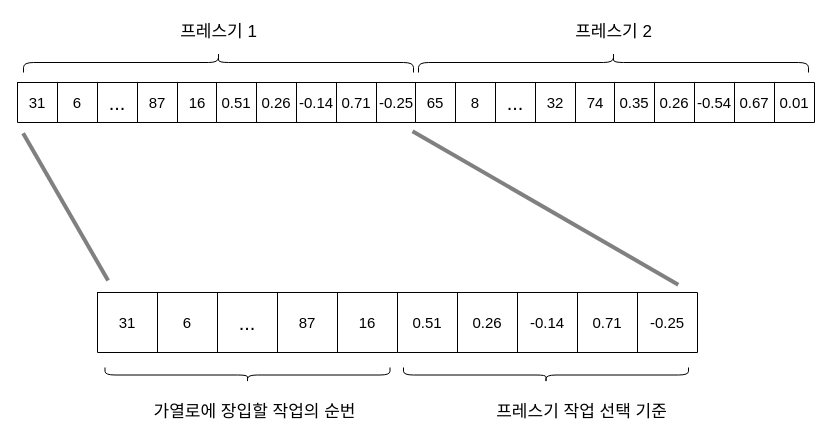
seheeP/statistic keeps this draw.io diagram as 새로운 해 표현.drawio. Above is the earlier version. Source tidied: cells renumbered, new cells numbered last; positions are measured from the earlier drawing's top-left corner, leaving out a move shared by most shapes. Both pictures are drawn from the tidied source at 100%, with x=0, y=0 at pixel (17, -133).
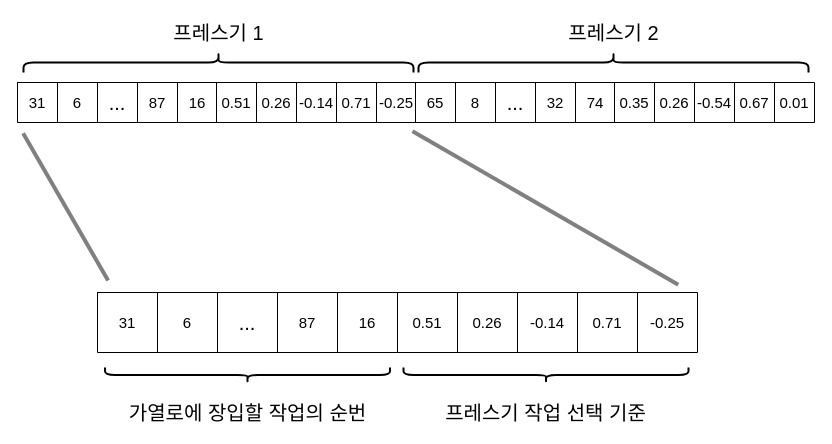
The same page after the edit.

Commit message:
Update 새로운 해 표현.drawio

Diff of the diagram source:
```diff
@@
-    <mxCell id="30" style="shape=curlyBracket;whiteSpace=wrap;html=1;rounded=1;flipH=1;fontSize=15;rotation=-90;" parent="1" vertex="1">
+    <mxCell id="30" style="shape=curlyBracket;whiteSpace=wrap;html=1;rounded=1;flipH=1;fontSize=15;rotation=-90;strokeWidth=2;" parent="1" vertex="1">
       <mxGeometry x="191" width="20" height="390" as="geometry" />
     </mxCell>
-    <mxCell id="31" style="shape=curlyBracket;whiteSpace=wrap;html=1;rounded=1;flipH=1;fontSize=15;rotation=-90;" parent="1" vertex="1">
+    <mxCell id="31" style="shape=curlyBracket;whiteSpace=wrap;html=1;rounded=1;flipH=1;fontSize=15;rotation=-90;strokeWidth=2;" parent="1" vertex="1">
       <mxGeometry x="586" width="20" height="390" as="geometry" />
     </mxCell>
-    <mxCell id="32" value="&lt;font style=&quot;font-size: 17px&quot;&gt;프레스기 1&lt;/font&gt;" style="text;html=1;align=center;verticalAlign=middle;strokeColor=none;fillColor=none;fontSize=15;" parent="1" vertex="1">
-      <mxGeometry x="151" y="155" width="100" height="20" as="geometry" />
+    <mxCell id="32" value="&lt;font style=&quot;background-color: rgb(255 , 255 , 255) ; font-size: 20px&quot;&gt;프레스기 1&lt;/font&gt;" style="text;html=1;align=center;verticalAlign=middle;strokeColor=none;fillColor=none;fontSize=15;" parent="1" vertex="1">
+      <mxGeometry x="146" y="150" width="110" height="30" as="geometry" />
     </mxCell>
-    <mxCell id="33" value="&lt;font style=&quot;font-size: 17px&quot;&gt;프레스기 2&lt;/font&gt;" style="text;html=1;align=center;verticalAlign=middle;strokeColor=none;fillColor=none;fontSize=15;" parent="1" vertex="1">
-      <mxGeometry x="546" y="155" width="100" height="20" as="geometry" />
+    <mxCell id="33" value="&lt;font style=&quot;background-color: rgb(255 , 255 , 255) ; font-size: 20px&quot;&gt;프레스기 2&lt;/font&gt;" style="text;html=1;align=center;verticalAlign=middle;strokeColor=none;fillColor=none;fontSize=15;" parent="1" vertex="1">
+      <mxGeometry x="541" y="150" width="110" height="30" as="geometry" />
     </mxCell>
@@
-    <mxCell id="48" style="shape=curlyBracket;whiteSpace=wrap;html=1;rounded=1;flipH=1;fontSize=15;rotation=90;" parent="1" vertex="1">
+    <mxCell id="48" style="shape=curlyBracket;whiteSpace=wrap;html=1;rounded=1;flipH=1;fontSize=15;rotation=90;strokeWidth=2;" parent="1" vertex="1">
       <mxGeometry x="222.5" y="365" width="15" height="285" as="geometry" />
     </mxCell>
-    <mxCell id="49" value="&lt;span style=&quot;font-size: 17px&quot;&gt;가열로에 장입할 작업의 순번&lt;/span&gt;" style="text;html=1;align=center;verticalAlign=middle;strokeColor=none;fillColor=none;fontSize=15;" parent="1" vertex="1">
-      <mxGeometry x="121.5" y="535" width="230" height="20" as="geometry" />
+    <mxCell id="49" value="&lt;font style=&quot;background-color: rgb(255 , 255 , 255) ; font-size: 20px&quot;&gt;가열로에 장입할 작업의 순번&lt;/font&gt;" style="text;html=1;align=center;verticalAlign=middle;strokeColor=none;fillColor=none;fontSize=15;" parent="1" vertex="1">
+      <mxGeometry x="95" y="530" width="270" height="30" as="geometry" />
     </mxCell>
-    <mxCell id="50" value="&lt;span style=&quot;font-size: 17px&quot;&gt;프레스기 작업 선택 기준&lt;/span&gt;" style="text;html=1;align=center;verticalAlign=middle;strokeColor=none;fillColor=none;fontSize=15;" parent="1" vertex="1">
-      <mxGeometry x="463.5" y="535" width="200" height="20" as="geometry" />
+    <mxCell id="50" value="&lt;font style=&quot;background-color: rgb(255 , 255 , 255) ; font-size: 20px&quot;&gt;프레스기 작업 선택 기준&lt;/font&gt;" style="text;html=1;align=center;verticalAlign=middle;strokeColor=none;fillColor=none;fontSize=15;" parent="1" vertex="1">
+      <mxGeometry x="412.9" y="530" width="230" height="30" as="geometry" />
     </mxCell>
@@
-    <mxCell id="53" style="shape=curlyBracket;whiteSpace=wrap;html=1;rounded=1;flipH=1;fontSize=15;rotation=90;" parent="1" vertex="1">
+    <mxCell id="53" style="shape=curlyBracket;whiteSpace=wrap;html=1;rounded=1;flipH=1;fontSize=15;rotation=90;strokeWidth=2;" parent="1" vertex="1">
       <mxGeometry x="521" y="365" width="15" height="285" as="geometry" />
     </mxCell>
```
